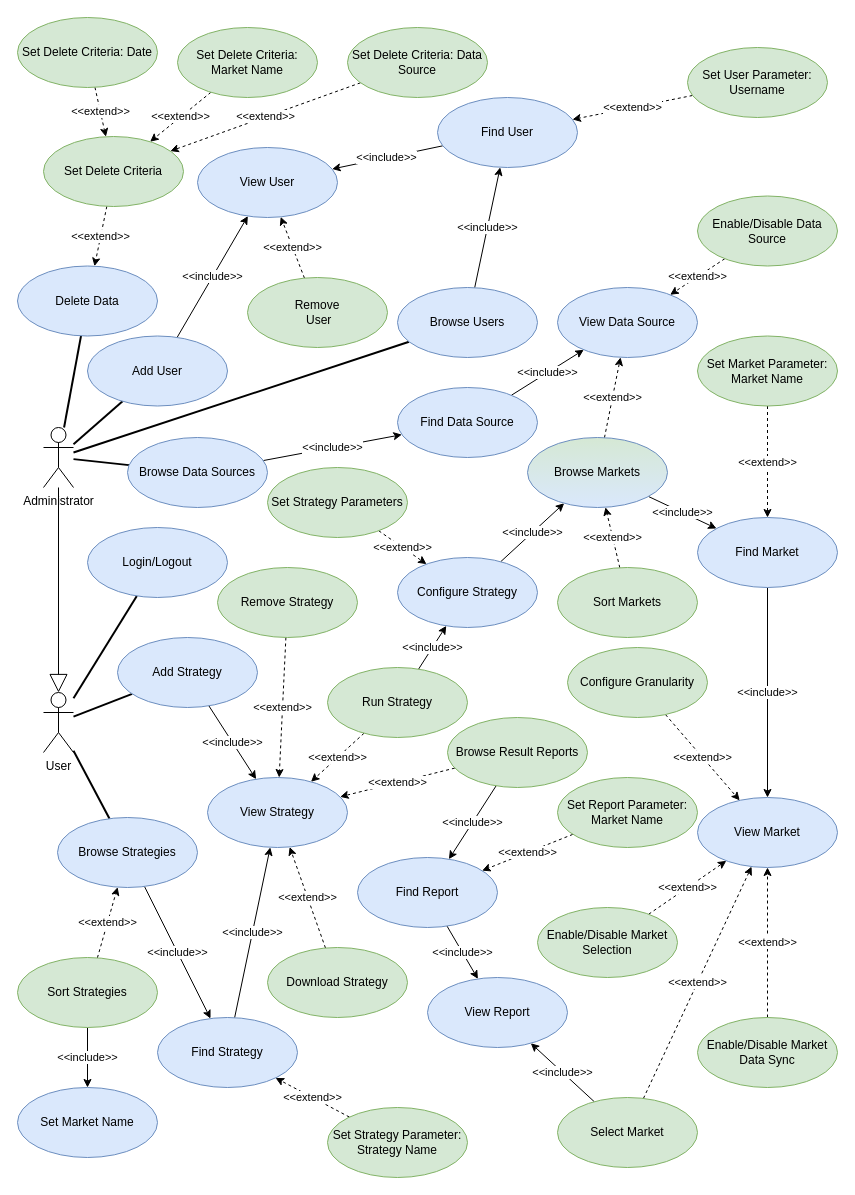
This is drawio/usecases.drawio from nferrante1/lsmsd2, a draw.io file, before an edit. Source tidied: cells renumbered, new cells numbered last; positions are measured from the earlier drawing's top-left corner, leaving out a move shared by most shapes. Both pictures are drawn from the tidied source at 100%, with x=0, y=0 at pixel (17, 17).
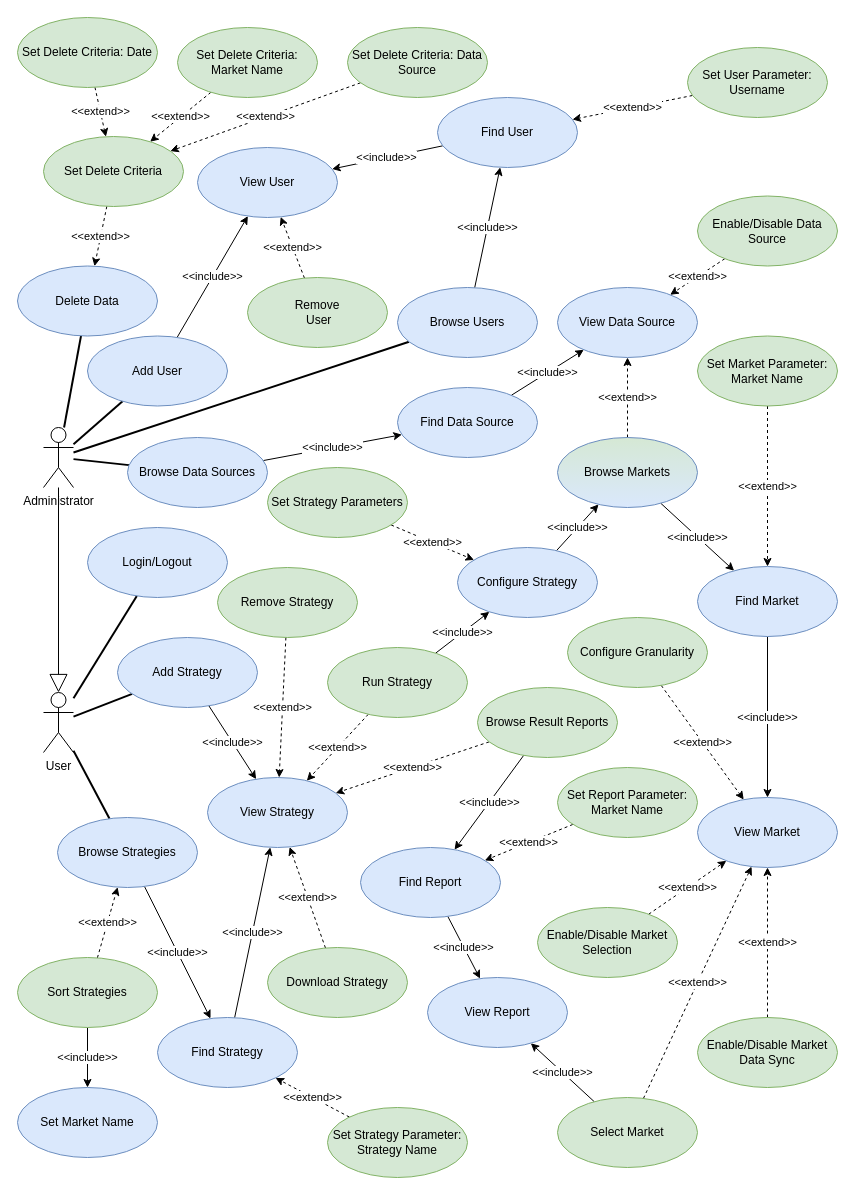
The same diagram, later.

Commit message:
Remove sort market use case

Change to the diagram source:
```diff
@@
     <mxCell id="36" value="Configure Granularity" style="ellipse;whiteSpace=wrap;html=1;fillColor=#d5e8d4;strokeColor=#82b366;" parent="1" vertex="1">
-      <mxGeometry x="550" y="630" width="140" height="70" as="geometry" />
+      <mxGeometry x="550" y="600" width="140" height="70" as="geometry" />
     </mxCell>
@@
     <mxCell id="43" value="Find Market" style="ellipse;whiteSpace=wrap;html=1;fillColor=#dae8fc;strokeColor=#6c8ebf;" parent="1" vertex="1">
-      <mxGeometry x="680" y="500" width="140" height="70" as="geometry" />
+      <mxGeometry x="680" y="549" width="140" height="70" as="geometry" />
     </mxCell>
@@
     <mxCell id="63" value="Run Strategy" style="ellipse;whiteSpace=wrap;html=1;fillColor=#d5e8d4;strokeColor=#82b366;" parent="1" vertex="1">
-      <mxGeometry x="310" y="650" width="140" height="70" as="geometry" />
+      <mxGeometry x="310" y="630" width="140" height="70" as="geometry" />
     </mxCell>
@@
     <mxCell id="66" value="Browse Result Reports" style="ellipse;whiteSpace=wrap;html=1;fillColor=#d5e8d4;strokeColor=#82b366;" parent="1" vertex="1">
-      <mxGeometry x="430" y="700" width="140" height="70" as="geometry" />
+      <mxGeometry x="460" y="670" width="140" height="70" as="geometry" />
     </mxCell>
@@
     <mxCell id="68" value="Configure Strategy" style="ellipse;whiteSpace=wrap;html=1;fillColor=#dae8fc;strokeColor=#6c8ebf;" parent="1" vertex="1">
-      <mxGeometry x="380" y="540" width="140" height="70" as="geometry" />
+      <mxGeometry x="440" y="530" width="140" height="70" as="geometry" />
     </mxCell>
@@
-    <mxCell id="71" value="&amp;lt;&amp;lt;extend&amp;gt;&amp;gt;" style="edgeStyle=none;rounded=0;jettySize=auto;html=1;dashed=1;endArrow=classic;endFill=1;" parent="1" edge="1" source="72" target="81">
-      <mxGeometry relative="1" as="geometry" />
-    </mxCell>
-    <mxCell id="72" value="Sort Markets" style="ellipse;whiteSpace=wrap;html=1;fillColor=#d5e8d4;strokeColor=#82b366;" parent="1" vertex="1">
-      <mxGeometry x="540" y="550" width="140" height="70" as="geometry" />
-    </mxCell>
@@
     <mxCell id="77" value="Find Report" style="ellipse;whiteSpace=wrap;html=1;fillColor=#dae8fc;strokeColor=#6c8ebf;" parent="1" vertex="1">
-      <mxGeometry x="340" y="840" width="140" height="70" as="geometry" />
+      <mxGeometry x="343" y="830" width="140" height="70" as="geometry" />
     </mxCell>
@@
     <mxCell id="80" value="Set Report Parameter: Market Name" style="ellipse;whiteSpace=wrap;html=1;fillColor=#d5e8d4;strokeColor=#82b366;" parent="1" vertex="1">
-      <mxGeometry x="540" y="760" width="140" height="70" as="geometry" />
+      <mxGeometry x="540" y="750" width="140" height="70" as="geometry" />
     </mxCell>
     <mxCell id="81" value="Browse Markets" style="ellipse;whiteSpace=wrap;html=1;fillColor=#dae8fc;strokeColor=#6c8ebf;gradientDirection=north;gradientColor=#D5E8D4;" parent="1" vertex="1">
-      <mxGeometry x="510" y="420" width="140" height="70" as="geometry" />
+      <mxGeometry x="540" y="420" width="140" height="70" as="geometry" />
     </mxCell>
```
